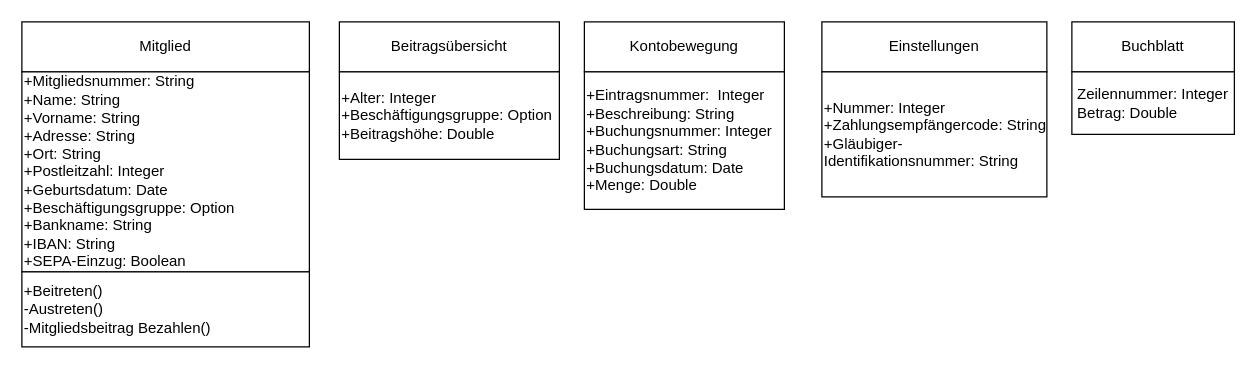
The draw.io diagram Klassendiagramm.drawio in ldieckmann/MitgliederVerwaltung, before the edit. Source tidied: cells renumbered, new cells numbered last; positions are measured from the earlier drawing's top-left corner, leaving out a move shared by most shapes. Both pictures are drawn from the tidied source at 125%, with x=0, y=0 at pixel (21, 21).
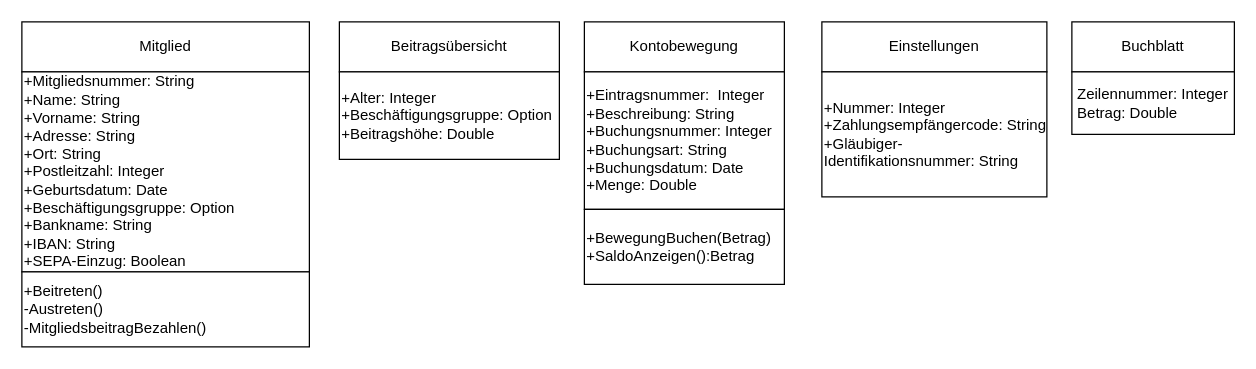
After the change.

Commit message (it also covers changes not shown here):
Gen Jrnl & Diagrams

Change to the diagram source:
```diff
@@
 <mxGraphModel>
   <root>
     <mxCell id="0" />
     <mxCell id="1" parent="0" />
     <mxCell id="2" value="Mitglied" style="rounded=0;whiteSpace=wrap;html=1;" parent="1" vertex="1">
       <mxGeometry width="230" height="40" as="geometry" />
     </mxCell>
     <mxCell id="3" value="&lt;div style=&quot;text-align: justify;&quot;&gt;&lt;span style=&quot;background-color: initial;&quot;&gt;+Mitgliedsnummer: String&lt;/span&gt;&lt;/div&gt;&lt;div style=&quot;text-align: justify;&quot;&gt;&lt;span style=&quot;background-color: initial;&quot;&gt;+Name: String&lt;/span&gt;&lt;/div&gt;&lt;div style=&quot;text-align: justify;&quot;&gt;&lt;span style=&quot;background-color: initial;&quot;&gt;+Vorname: String&lt;/span&gt;&lt;/div&gt;&lt;div style=&quot;text-align: justify;&quot;&gt;&lt;span style=&quot;background-color: initial;&quot;&gt;+Adresse: String&lt;/span&gt;&lt;/div&gt;&lt;div style=&quot;text-align: justify;&quot;&gt;&lt;span style=&quot;background-color: initial;&quot;&gt;+Ort: String&lt;/span&gt;&lt;/div&gt;&lt;div style=&quot;text-align: justify;&quot;&gt;&lt;span style=&quot;background-color: initial;&quot;&gt;+Postleitzahl: Integer&lt;/span&gt;&lt;/div&gt;&lt;div style=&quot;text-align: justify;&quot;&gt;&lt;span style=&quot;background-color: initial;&quot;&gt;+Geburtsdatum: Date&lt;/span&gt;&lt;/div&gt;&lt;div style=&quot;text-align: justify;&quot;&gt;&lt;span style=&quot;background-color: initial;&quot;&gt;+Beschäftigungsgruppe: Option&lt;/span&gt;&lt;/div&gt;&lt;div style=&quot;text-align: justify;&quot;&gt;&lt;span style=&quot;background-color: initial;&quot;&gt;+Bankname: String&lt;/span&gt;&lt;/div&gt;&lt;div style=&quot;text-align: justify;&quot;&gt;&lt;span style=&quot;background-color: initial;&quot;&gt;+IBAN: String&lt;/span&gt;&lt;/div&gt;&lt;div style=&quot;text-align: justify;&quot;&gt;&lt;span style=&quot;background-color: initial;&quot;&gt;+SEPA-Einzug: Boolean&lt;/span&gt;&lt;/div&gt;" style="rounded=0;whiteSpace=wrap;html=1;align=left;" parent="1" vertex="1">
       <mxGeometry y="40" width="230" height="160" as="geometry" />
     </mxCell>
-    <mxCell id="4" value="&lt;div style=&quot;text-align: justify;&quot;&gt;&lt;span style=&quot;background-color: initial;&quot;&gt;+Beitreten()&lt;/span&gt;&lt;/div&gt;&lt;div style=&quot;text-align: justify;&quot;&gt;&lt;span style=&quot;background-color: initial;&quot;&gt;-Austreten()&lt;/span&gt;&lt;/div&gt;&lt;div style=&quot;text-align: justify;&quot;&gt;&lt;span style=&quot;background-color: initial;&quot;&gt;-Mitgliedsbeitrag Bezahlen()&lt;/span&gt;&lt;/div&gt;" style="rounded=0;whiteSpace=wrap;html=1;align=left;" parent="1" vertex="1">
+    <mxCell id="4" value="&lt;div style=&quot;text-align: justify;&quot;&gt;&lt;span style=&quot;background-color: initial;&quot;&gt;+Beitreten()&lt;/span&gt;&lt;/div&gt;&lt;div style=&quot;text-align: justify;&quot;&gt;&lt;span style=&quot;background-color: initial;&quot;&gt;-Austreten()&lt;/span&gt;&lt;/div&gt;&lt;div style=&quot;text-align: justify;&quot;&gt;&lt;span style=&quot;background-color: initial;&quot;&gt;-MitgliedsbeitragBezahlen()&lt;/span&gt;&lt;/div&gt;" style="rounded=0;whiteSpace=wrap;html=1;align=left;" parent="1" vertex="1">
       <mxGeometry y="200" width="230" height="60" as="geometry" />
     </mxCell>
     <mxCell id="5" value="Beitragsübersicht" style="rounded=0;whiteSpace=wrap;html=1;" parent="1" vertex="1">
       <mxGeometry x="254" width="176" height="40" as="geometry" />
     </mxCell>
     <mxCell id="6" value="&lt;div style=&quot;text-align: justify;&quot;&gt;&lt;span style=&quot;background-color: initial;&quot;&gt;+Alter: Integer&amp;nbsp;&lt;/span&gt;&lt;/div&gt;&lt;div style=&quot;text-align: justify;&quot;&gt;&lt;span style=&quot;background-color: initial;&quot;&gt;+Beschäftigungsgruppe: Option&lt;/span&gt;&lt;/div&gt;&lt;div style=&quot;text-align: justify;&quot;&gt;&lt;span style=&quot;background-color: initial;&quot;&gt;+Beitragshöhe: Double&amp;nbsp;&lt;/span&gt;&lt;/div&gt;" style="rounded=0;whiteSpace=wrap;html=1;align=left;" parent="1" vertex="1">
       <mxGeometry x="254" y="40" width="176" height="70" as="geometry" />
     </mxCell>
     <mxCell id="7" value="Kontobewegung" style="rounded=0;whiteSpace=wrap;html=1;" parent="1" vertex="1">
       <mxGeometry x="450" width="160" height="40" as="geometry" />
     </mxCell>
     <mxCell id="8" value="&lt;div style=&quot;text-align: justify;&quot;&gt;&lt;span style=&quot;background-color: initial;&quot;&gt;+Eintragsnummer:&amp;nbsp; Integer&lt;/span&gt;&lt;/div&gt;&lt;div style=&quot;text-align: justify;&quot;&gt;&lt;span style=&quot;background-color: initial;&quot;&gt;+Beschreibung: String&lt;/span&gt;&lt;/div&gt;&lt;div style=&quot;text-align: justify;&quot;&gt;&lt;span style=&quot;background-color: initial;&quot;&gt;+Buchungsnummer: Integer&lt;/span&gt;&lt;/div&gt;&lt;div style=&quot;text-align: justify;&quot;&gt;&lt;span style=&quot;background-color: initial;&quot;&gt;+Buchungsart: String&lt;/span&gt;&lt;/div&gt;&lt;div style=&quot;text-align: justify;&quot;&gt;&lt;span style=&quot;background-color: initial;&quot;&gt;+Buchungsdatum: Date&lt;/span&gt;&lt;/div&gt;&lt;div style=&quot;text-align: justify;&quot;&gt;&lt;span style=&quot;background-color: initial;&quot;&gt;+Menge: Double&lt;/span&gt;&lt;/div&gt;" style="rounded=0;whiteSpace=wrap;html=1;align=left;" parent="1" vertex="1">
       <mxGeometry x="450" y="40" width="160" height="110" as="geometry" />
     </mxCell>
     <mxCell id="9" value="Einstellungen" style="rounded=0;whiteSpace=wrap;html=1;" parent="1" vertex="1">
       <mxGeometry x="640" width="180" height="40" as="geometry" />
     </mxCell>
     <mxCell id="10" value="&lt;div style=&quot;&quot;&gt;&lt;span style=&quot;background-color: initial;&quot;&gt;+Nummer: Integer&lt;/span&gt;&lt;/div&gt;&lt;div style=&quot;&quot;&gt;&lt;span style=&quot;background-color: initial;&quot;&gt;+Zahlungsempfängercode: String&lt;/span&gt;&lt;/div&gt;&lt;div style=&quot;&quot;&gt;&lt;span style=&quot;background-color: initial;&quot;&gt;+Gläubiger-Identifikationsnummer: String&lt;/span&gt;&lt;/div&gt;" style="rounded=0;whiteSpace=wrap;html=1;align=left;" parent="1" vertex="1">
       <mxGeometry x="640" y="40" width="180" height="100" as="geometry" />
     </mxCell>
     <mxCell id="11" value="Buchblatt" style="rounded=0;whiteSpace=wrap;html=1;" parent="1" vertex="1">
       <mxGeometry x="840" width="130" height="40" as="geometry" />
     </mxCell>
     <mxCell id="12" value="&lt;div style=&quot;text-align: justify;&quot;&gt;&lt;span style=&quot;background-color: initial;&quot;&gt;Zeilennummer: Integer&lt;/span&gt;&lt;/div&gt;&lt;div style=&quot;text-align: justify;&quot;&gt;&lt;span style=&quot;background-color: initial;&quot;&gt;Betrag: Double&lt;/span&gt;&lt;/div&gt;" style="rounded=0;whiteSpace=wrap;html=1;" parent="1" vertex="1">
       <mxGeometry x="840" y="40" width="130" height="50" as="geometry" />
     </mxCell>
+    <mxCell id="13" value="+BewegungBuchen(Betrag)&lt;br&gt;+SaldoAnzeigen():Betrag" style="whiteSpace=wrap;html=1;align=left;rounded=0;" parent="1" vertex="1">
+      <mxGeometry x="450" y="150" width="160" height="60" as="geometry" />
+    </mxCell>
   </root>
 </mxGraphModel>
```
